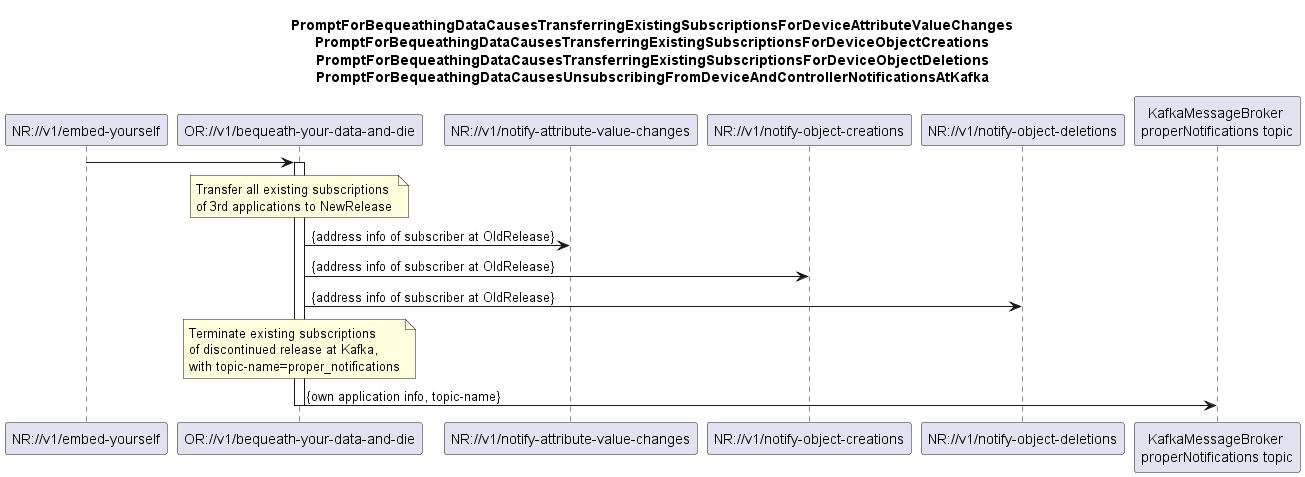
Before: spec/diagrams/09x_BequeathYourDataAndDie.png, a diagram exported from PlantUML (openBackhaul/MicroWaveDeviceInventory).
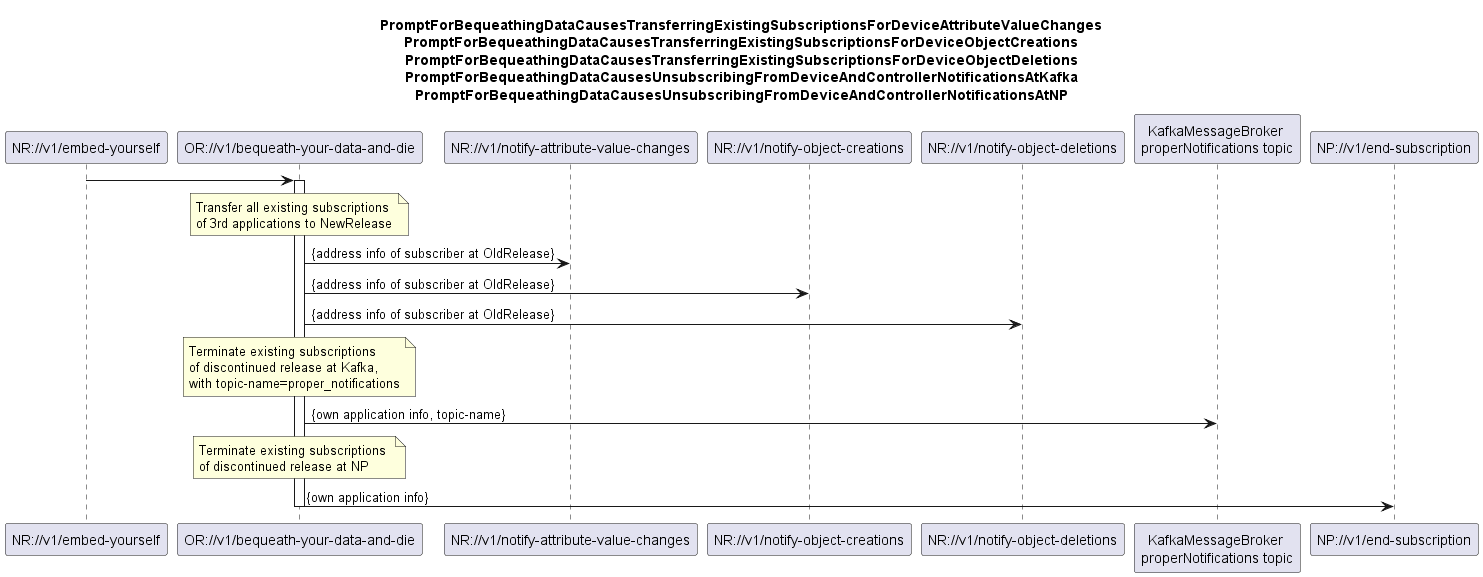
The same file after the commit.

Change to the diagram source:
```diff
@@ -6,6 +6,7 @@
 PromptForBequeathingDataCausesTransferringExistingSubscriptionsForDeviceObjectCreations
 PromptForBequeathingDataCausesTransferringExistingSubscriptionsForDeviceObjectDeletions
 PromptForBequeathingDataCausesUnsubscribingFromDeviceAndControllerNotificationsAtKafka
+PromptForBequeathingDataCausesUnsubscribingFromDeviceAndControllerNotificationsAtNP
 end title
 
 participant "NR://v1/embed-yourself" as NewRelease
@@ -14,6 +15,7 @@
 participant "NR://v1/notify-object-creations" as notifyObjectCreation
 participant "NR://v1/notify-object-deletions" as notifyObjectDeletion
 participant "KafkaMessageBroker \nproperNotifications topic" as endSubsriptionAtKafka
+participant "NP://v1/end-subscription" as endSubsriptionAtNp
 
 NewRelease -> OldRelease
 activate OldRelease
@@ -33,6 +35,13 @@
 end note
 OldRelease -> endSubsriptionAtKafka: {own application info, topic-name}
 
+note over OldRelease
+Terminate existing subscriptions
+of discontinued release at NP
+end note
+OldRelease -> endSubsriptionAtNp: {own application info}
+
+
 deactivate OldRelease
 
 @enduml
```
